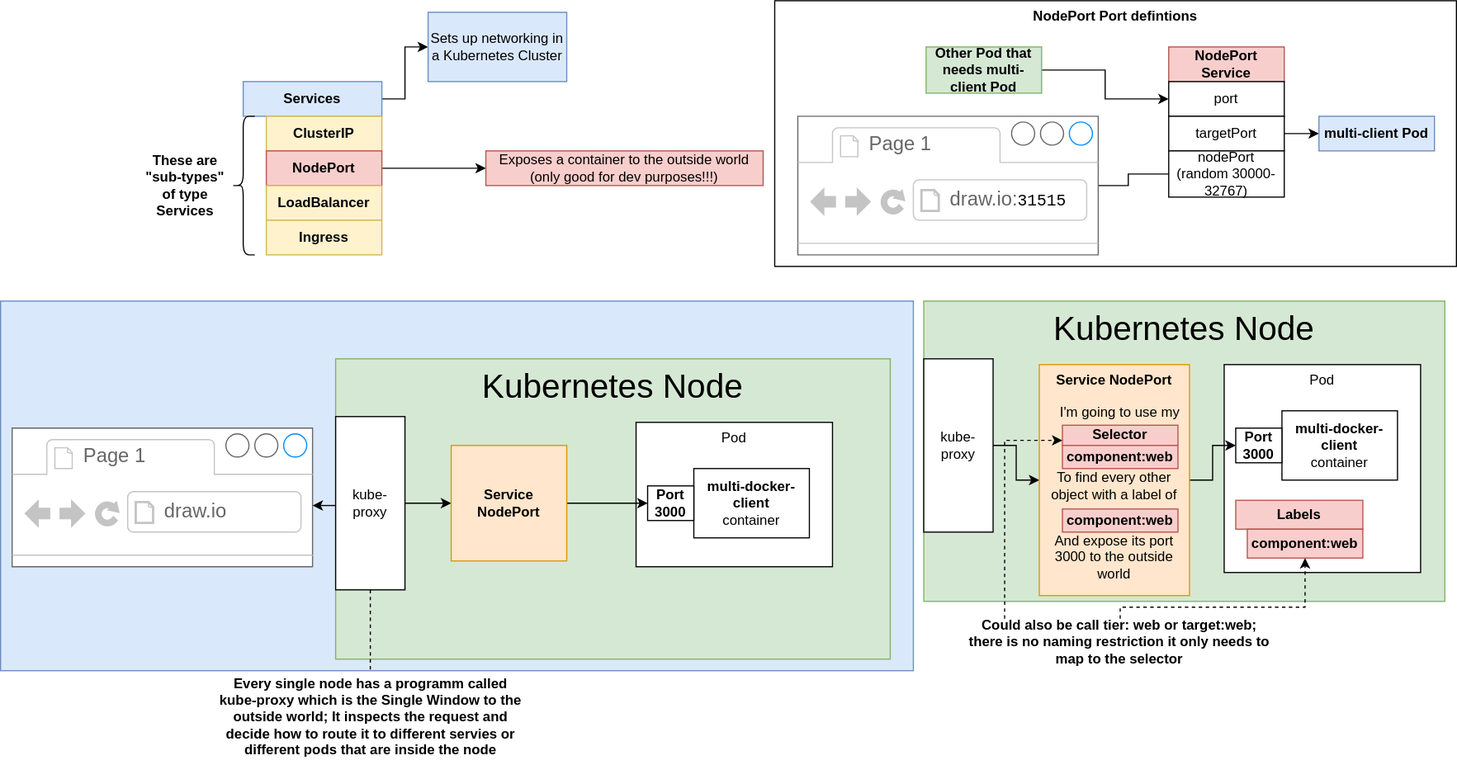
This is img/Services_Detail.svg from kn0rr/documentation, a draw.io export, as it was before one commit. Source tidied: cells renumbered, new cells last; positions are measured from the earlier drawing's top-left corner, leaving out a move shared by most shapes.
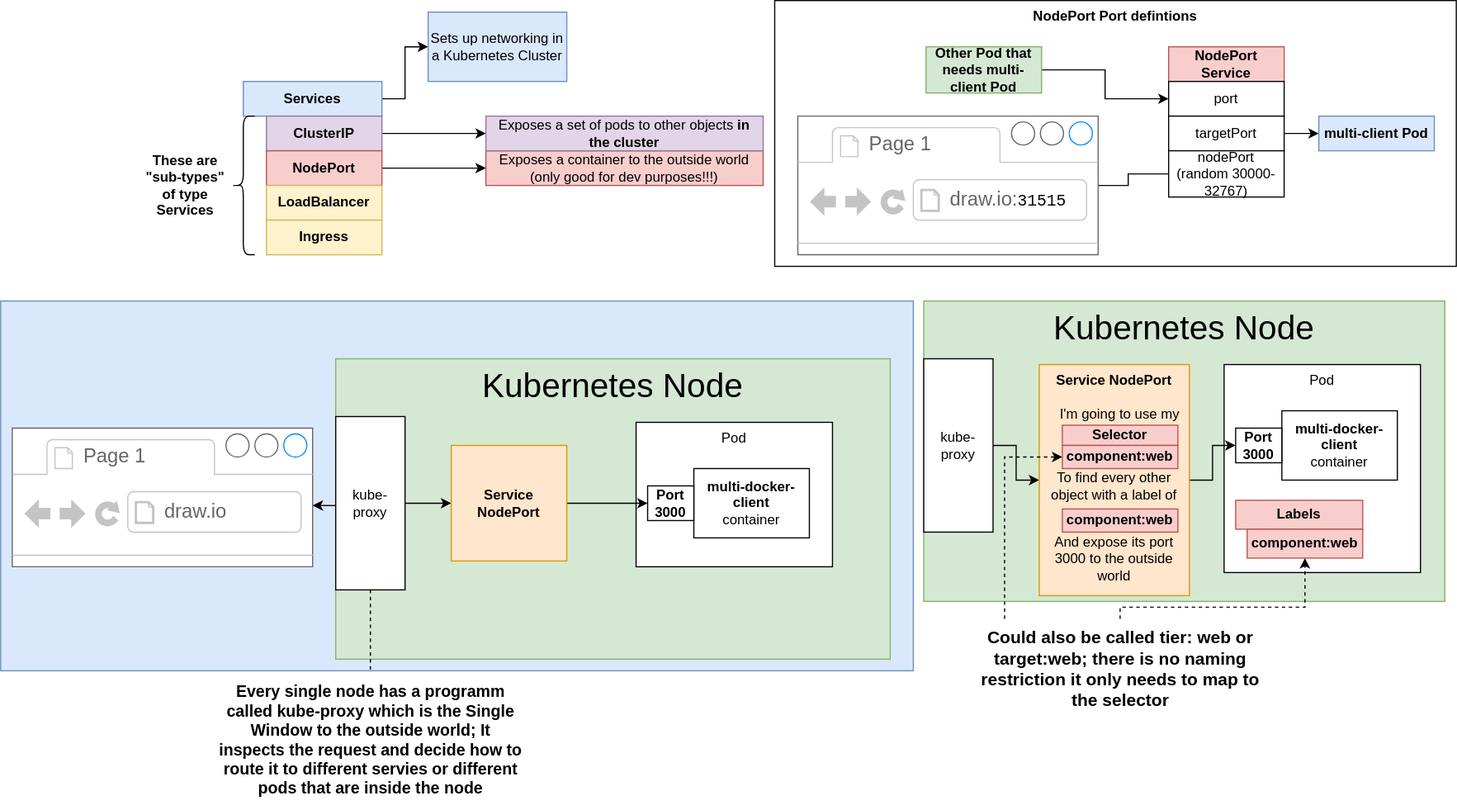
After the change.

What changed in the source:
```diff
@@ -47,7 +47,10 @@
     <mxCell id="16" value="Services" style="rounded=0;whiteSpace=wrap;html=1;fontStyle=1;fillColor=#dae8fc;strokeColor=#6c8ebf;" parent="1" vertex="1">
       <mxGeometry x="210" y="70" width="120" height="30" as="geometry" />
     </mxCell>
+    <mxCell id="60" style="edgeStyle=orthogonalEdgeStyle;rounded=0;jettySize=auto;html=1;fontSize=15;" parent="1" edge="1" source="17" target="61">
+      <mxGeometry relative="1" as="geometry" />
+    </mxCell>
-    <mxCell id="17" value="ClusterIP" style="rounded=0;whiteSpace=wrap;html=1;fontStyle=1;fillColor=#fff2cc;strokeColor=#d6b656;" parent="1" vertex="1">
+    <mxCell id="17" value="ClusterIP" style="rounded=0;whiteSpace=wrap;html=1;fontStyle=1;fillColor=#e1d5e7;strokeColor=#9673a6;" parent="1" vertex="1">
       <mxGeometry x="230" y="100" width="100" height="30" as="geometry" />
     </mxCell>
     <mxCell id="18" style="edgeStyle=orthogonalEdgeStyle;rounded=0;jettySize=auto;html=1;" parent="1" edge="1" source="19" target="23">
@@ -128,8 +131,8 @@
     <mxCell id="41" value="Port 3000" style="rounded=0;whiteSpace=wrap;html=1;fontSize=12;fontStyle=1;" parent="1" vertex="1">
       <mxGeometry x="560" y="420" width="40" height="30" as="geometry" />
     </mxCell>
-    <mxCell id="42" value="Every single node has a programm called kube-proxy which is the Single Window to the outside world; It inspects the request and decide how to route it to different servies or different pods that are inside the node" style="text;html=1;strokeColor=none;fillColor=none;align=center;verticalAlign=middle;whiteSpace=wrap;rounded=0;fontSize=12;fontStyle=1;" parent="1" vertex="1">
-      <mxGeometry x="187.5" y="580" width="265" height="80" as="geometry" />
+    <mxCell id="42" value="Every single node has a programm called kube-proxy which is the Single Window to the outside world; It inspects the request and decide how to route it to different servies or different pods that are inside the node" style="text;html=1;strokeColor=none;fillColor=none;align=center;verticalAlign=middle;whiteSpace=wrap;rounded=0;fontSize=14;fontStyle=1;" parent="1" vertex="1">
+      <mxGeometry x="187.5" y="580" width="265" height="120" as="geometry" />
     </mxCell>
     <mxCell id="43" style="edgeStyle=orthogonalEdgeStyle;rounded=0;jettySize=auto;html=1;startArrow=none;startFill=0;endArrow=classic;endFill=1;fontSize=12;" parent="1" edge="1" source="44" target="46">
       <mxGeometry relative="1" as="geometry" />
@@ -181,15 +184,18 @@
         </Array>
       </mxGeometry>
     </mxCell>
-    <mxCell id="58" style="edgeStyle=orthogonalEdgeStyle;rounded=0;jettySize=auto;html=1;startArrow=none;startFill=0;endArrow=classic;endFill=1;fontSize=12;entryX=0;entryY=0.75;entryDx=0;entryDy=0;dashed=1;" parent="1" edge="1" source="59" target="49">
+    <mxCell id="58" style="edgeStyle=orthogonalEdgeStyle;rounded=0;jettySize=auto;html=1;startArrow=none;startFill=0;endArrow=classic;endFill=1;fontSize=12;entryX=0;entryY=0.5;entryDx=0;entryDy=0;dashed=1;" parent="1" edge="1" source="59" target="50">
       <mxGeometry relative="1" as="geometry">
         <Array as="points">
-          <mxPoint x="869" y="381" />
+          <mxPoint x="869" y="395" />
         </Array>
       </mxGeometry>
     </mxCell>
-    <mxCell id="59" value="Could also be call tier: web or target:web; there is no naming restriction it only needs to map to the selector" style="text;html=1;strokeColor=none;fillColor=none;align=center;verticalAlign=middle;whiteSpace=wrap;rounded=0;fontSize=12;fontStyle=1;" parent="1" vertex="1">
-      <mxGeometry x="836.5" y="535" width="265" height="40" as="geometry" />
+    <mxCell id="59" value="Could also be called tier: web or target:web; there is no naming restriction it only needs to map to the selector" style="text;html=1;strokeColor=none;fillColor=none;align=center;verticalAlign=middle;whiteSpace=wrap;rounded=0;fontSize=15;fontStyle=1;" parent="1" vertex="1">
+      <mxGeometry x="836.5" y="535" width="265" height="85" as="geometry" />
     </mxCell>
+    <mxCell id="61" value="Exposes a set of pods to other objects&lt;b&gt; in the cluster&lt;/b&gt;" style="rounded=0;whiteSpace=wrap;html=1;fillColor=#e1d5e7;strokeColor=#9673a6;" parent="1" vertex="1">
+      <mxGeometry x="420" y="100" width="240" height="30" as="geometry" />
+    </mxCell>
   </root>
 </mxGraphModel>
```
